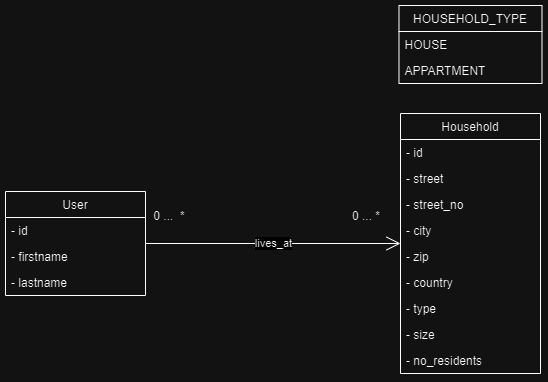
This is documentation/implementation/images/Domain_Model_Household.png from xBlade58/smart-meter-platform-page, a draw.io export, as it was before one commit. Source tidied: cells renumbered, new cells last; positions are measured from the earlier drawing's top-left corner, leaving out a move shared by most shapes.
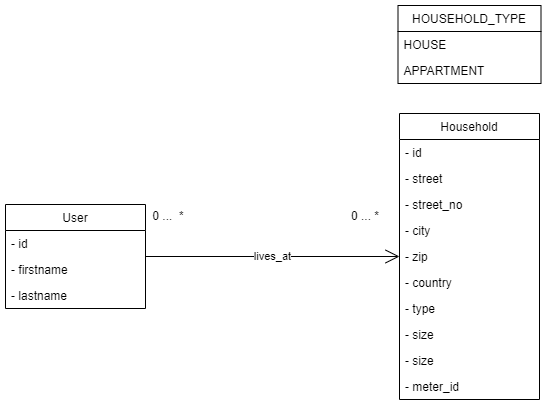
Later version of the same file.

Commit message:
white domain

Change to the diagram source:
```diff
@@ -3,7 +3,7 @@
     <mxCell id="0" />
     <mxCell id="1" parent="0" />
     <mxCell id="2" value="User" style="swimlane;fontStyle=0;horizontal=1;startSize=26;fillColor=none;" parent="1" vertex="1">
-      <mxGeometry y="186" width="140" height="104" as="geometry" />
+      <mxGeometry x="1" y="199" width="140" height="104" as="geometry" />
     </mxCell>
     <mxCell id="3" value="- id" style="text;strokeColor=none;fillColor=none;align=left;verticalAlign=top;spacingLeft=4;spacingRight=4;overflow=hidden;" parent="2" vertex="1">
       <mxGeometry y="26" width="140" height="26" as="geometry" />
@@ -15,7 +15,7 @@
       <mxGeometry y="78" width="140" height="26" as="geometry" />
     </mxCell>
     <mxCell id="6" value="Household" style="swimlane;fontStyle=0;horizontal=1;startSize=26;fillColor=none;" parent="1" vertex="1">
-      <mxGeometry x="395" y="108" width="140" height="260" as="geometry" />
+      <mxGeometry x="395" y="108" width="140" height="286" as="geometry" />
     </mxCell>
     <mxCell id="7" value="- id" style="text;strokeColor=none;fillColor=none;align=left;verticalAlign=top;spacingLeft=4;spacingRight=4;overflow=hidden;" parent="6" vertex="1">
       <mxGeometry y="26" width="140" height="26" as="geometry" />
@@ -41,8 +41,11 @@
     <mxCell id="14" value="- size" style="text;strokeColor=none;fillColor=none;align=left;verticalAlign=top;spacingLeft=4;spacingRight=4;overflow=hidden;" parent="6" vertex="1">
       <mxGeometry y="208" width="140" height="26" as="geometry" />
     </mxCell>
+    <mxCell id="22" value="- size" style="text;strokeColor=none;fillColor=none;align=left;verticalAlign=top;spacingLeft=4;spacingRight=4;overflow=hidden;" parent="6" vertex="1">
+      <mxGeometry y="234" width="140" height="26" as="geometry" />
+    </mxCell>
-    <mxCell id="15" value="- no_residents" style="text;strokeColor=none;fillColor=none;align=left;verticalAlign=top;spacingLeft=4;spacingRight=4;overflow=hidden;" parent="6" vertex="1">
-      <mxGeometry y="234" width="140" height="26" as="geometry" />
+    <mxCell id="15" value="- meter_id" style="text;strokeColor=none;fillColor=none;align=left;verticalAlign=top;spacingLeft=4;spacingRight=4;overflow=hidden;" parent="6" vertex="1">
+      <mxGeometry y="260" width="140" height="26" as="geometry" />
     </mxCell>
     <mxCell id="16" value="HOUSEHOLD_TYPE" style="swimlane;fontStyle=0;horizontal=1;startSize=26;fillColor=none;" parent="1" vertex="1">
       <mxGeometry x="393.5" width="143" height="78" as="geometry" />
```
